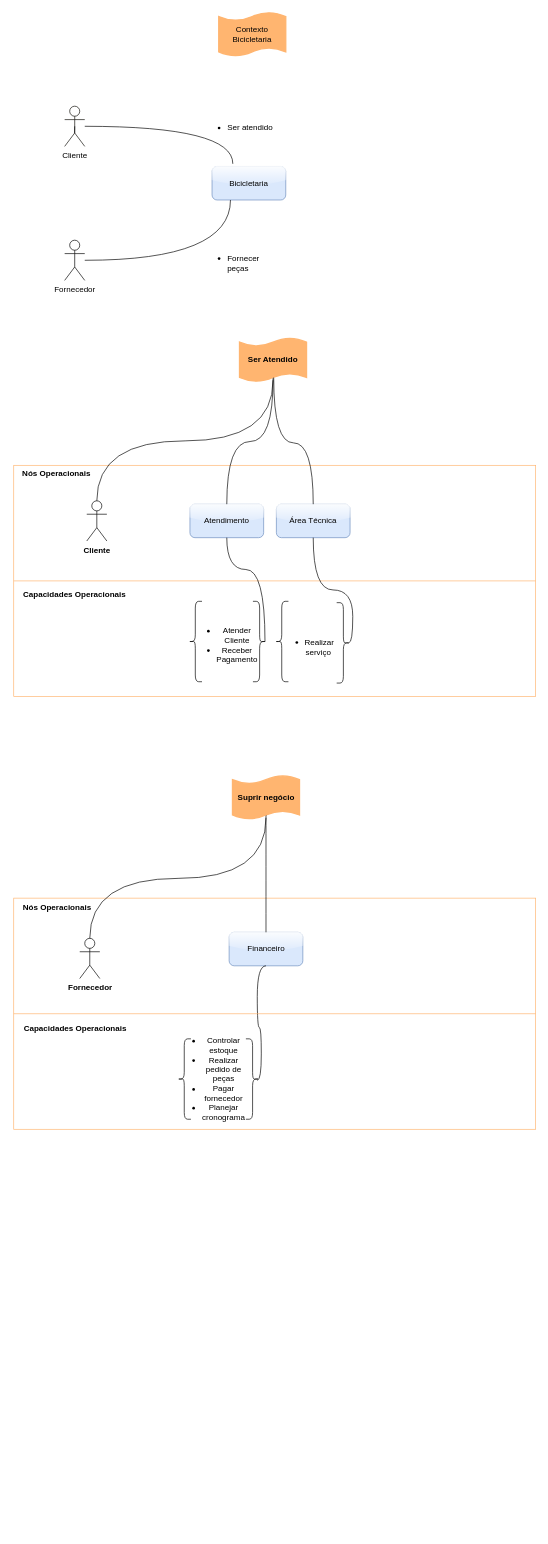
GuilhermeM06/OPE keeps this draw.io diagram as Artefatos/15. Arquitetura de Negócio para cada Cenário/15. Arquitetura de Negócio para cada Cenário.drawio. Above is the earlier version. Source tidied: cells renumbered, new cells numbered last; positions are measured from the earlier drawing's top-left corner, leaving out a move shared by most shapes. Both pictures are drawn from the tidied source at 67%, with x=0, y=0 at pixel (13, 12).
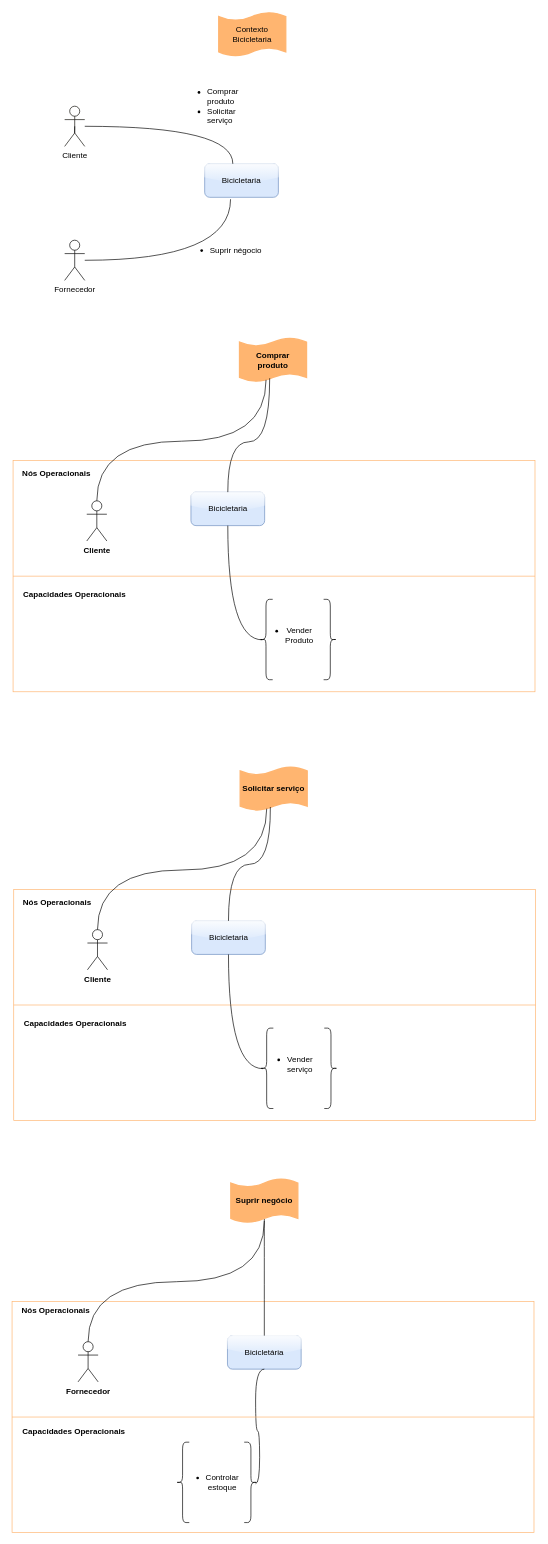
The same diagram, later.

The change refers to these unchanged cells:
```xml
<mxCell id="10" value="Fornecedor" style="shape=umlActor;verticalLabelPosition=bottom;labelBackgroundColor=#ffffff;verticalAlign=top;html=1;outlineConnect=0;fillColor=none;" parent="1" vertex="1">
  <mxGeometry x="77" y="340" width="30" height="60" as="geometry" />
</mxCell>
<mxCell id="15" value="&lt;b&gt;Cliente&lt;/b&gt;" style="shape=umlActor;verticalLabelPosition=bottom;labelBackgroundColor=#ffffff;verticalAlign=top;html=1;outlineConnect=0;strokeColor=#000000;fillColor=#FFFFFF;" parent="1" vertex="1">
  <mxGeometry x="110" y="729" width="30" height="60" as="geometry" />
</mxCell>
```

What changed in the source:
```diff
@@
     <mxCell id="2" style="rounded=0;whiteSpace=wrap;html=1;fillColor=#FFFFFF;strokeColor=#FFB570;" parent="1" vertex="1">
-      <mxGeometry x="1" y="676" width="779" height="345" as="geometry" />
+      <mxGeometry y="669" width="779" height="345" as="geometry" />
     </mxCell>
     <mxCell id="3" value="Bicicletaria" style="rounded=1;whiteSpace=wrap;html=1;fillColor=#dae8fc;strokeColor=#6c8ebf;shadow=0;comic=0;glass=1;" parent="1" vertex="1">
-      <mxGeometry x="297" y="230" width="110" height="50" as="geometry" />
+      <mxGeometry x="286" y="226" width="110" height="50" as="geometry" />
     </mxCell>
@@
-    <mxCell id="8" value="&lt;ul&gt;&lt;li&gt;Ser atendido&lt;/li&gt;&lt;/ul&gt;" style="rounded=0;whiteSpace=wrap;html=1;align=left;fillColor=none;strokeColor=none;" parent="1" vertex="1">
-      <mxGeometry x="278" y="127" width="120" height="90" as="geometry" />
+    <mxCell id="8" value="&lt;ul&gt;&lt;li&gt;Comprar produto&lt;/li&gt;&lt;li&gt;Solicitar serviço&lt;/li&gt;&lt;/ul&gt;" style="rounded=0;whiteSpace=wrap;html=1;align=left;fillColor=none;strokeColor=none;" parent="1" vertex="1">
+      <mxGeometry x="247.5" y="95" width="120" height="90" as="geometry" />
     </mxCell>
-    <mxCell id="9" style="edgeStyle=orthogonalEdgeStyle;rounded=0;jettySize=auto;html=1;entryX=0.25;entryY=1;entryDx=0;entryDy=0;curved=1;endArrow=none;endFill=0;" parent="1" edge="1" source="10" target="3">
+    <mxCell id="9" style="edgeStyle=orthogonalEdgeStyle;rounded=0;jettySize=auto;html=1;curved=1;endArrow=none;endFill=0;entryX=0.351;entryY=1.057;entryDx=0;entryDy=0;entryPerimeter=0;" parent="1" edge="1" source="10" target="3">
       <mxGeometry relative="1" as="geometry" />
     </mxCell>
@@
-    <mxCell id="11" value="&lt;ul&gt;&lt;li&gt;Fornecer peças&lt;/li&gt;&lt;/ul&gt;" style="rounded=0;whiteSpace=wrap;html=1;align=left;fillColor=none;strokeColor=none;" parent="1" vertex="1">
-      <mxGeometry x="278" y="329" width="120" height="90" as="geometry" />
+    <mxCell id="11" value="&lt;ul&gt;&lt;li&gt;Suprir négocio&lt;/li&gt;&lt;/ul&gt;" style="rounded=0;whiteSpace=wrap;html=1;align=left;fillColor=none;strokeColor=none;" parent="1" vertex="1">
+      <mxGeometry x="252" y="310" width="120" height="90" as="geometry" />
     </mxCell>
@@
-    <mxCell id="16" value="&lt;b&gt;Ser Atendido&lt;/b&gt;" style="shape=tape;whiteSpace=wrap;html=1;strokeWidth=2;size=0.19;shadow=0;glass=1;comic=0;fillColor=#FFB570;strokeColor=#FFB570;" parent="1" vertex="1">
+    <mxCell id="16" value="&lt;b&gt;Comprar produto&lt;/b&gt;" style="shape=tape;whiteSpace=wrap;html=1;strokeWidth=2;size=0.19;shadow=0;glass=1;comic=0;fillColor=#FFB570;strokeColor=#FFB570;" parent="1" vertex="1">
       <mxGeometry x="338" y="486" width="100" height="65" as="geometry" />
     </mxCell>
-    <mxCell id="17" value="Atendimento" style="rounded=1;whiteSpace=wrap;html=1;fillColor=#dae8fc;strokeColor=#6c8ebf;shadow=0;comic=0;glass=1;" parent="1" vertex="1">
-      <mxGeometry x="264" y="734" width="110" height="50" as="geometry" />
+    <mxCell id="17" value="Bicicletaria" style="rounded=1;whiteSpace=wrap;html=1;fillColor=#dae8fc;strokeColor=#6c8ebf;shadow=0;comic=0;glass=1;" parent="1" vertex="1">
+      <mxGeometry x="265.5" y="716" width="110" height="50" as="geometry" />
     </mxCell>
-    <mxCell id="18" value="Área Técnica" style="rounded=1;whiteSpace=wrap;html=1;fillColor=#dae8fc;strokeColor=#6c8ebf;shadow=0;comic=0;glass=1;" parent="1" vertex="1">
-      <mxGeometry x="393" y="734" width="110" height="50" as="geometry" />
-    </mxCell>
-    <mxCell id="19" style="endArrow=none;html=1;exitX=0.5;exitY=0;exitDx=0;exitDy=0;exitPerimeter=0;edgeStyle=orthogonalEdgeStyle;curved=1;" parent="1" edge="1" source="15">
-      <mxGeometry relative="1" as="geometry">
-        <mxPoint x="388" y="549" as="targetPoint" />
-      </mxGeometry>
+    <mxCell id="19" style="endArrow=none;html=1;exitX=0.5;exitY=0;exitDx=0;exitDy=0;exitPerimeter=0;edgeStyle=orthogonalEdgeStyle;curved=1;entryX=0.396;entryY=0.96;entryDx=0;entryDy=0;entryPerimeter=0;" parent="1" edge="1" source="15" target="16">
+      <mxGeometry relative="1" as="geometry" />
     </mxCell>
     <mxCell id="20" style="shape=curlyBracket;whiteSpace=wrap;html=1;rounded=1;" parent="1" vertex="1">
-      <mxGeometry x="262" y="879" width="20" height="120" as="geometry" />
+      <mxGeometry x="367.5" y="876" width="20" height="120" as="geometry" />
     </mxCell>
     <mxCell id="21" style="endArrow=none;html=1;exitX=0.5;exitY=0;exitDx=0;exitDy=0;edgeStyle=orthogonalEdgeStyle;curved=1;" parent="1" edge="1" source="17">
       <mxGeometry relative="1" as="geometry">
-        <mxPoint x="388" y="546" as="targetPoint" />
+        <mxPoint x="383" y="546" as="targetPoint" />
+        <Array as="points">
+          <mxPoint x="321" y="641" />
+          <mxPoint x="383" y="641" />
+        </Array>
       </mxGeometry>
     </mxCell>
-    <mxCell id="22" style="endArrow=none;html=1;entryX=0.51;entryY=0.908;entryDx=0;entryDy=0;entryPerimeter=0;exitX=0.5;exitY=0;exitDx=0;exitDy=0;edgeStyle=orthogonalEdgeStyle;curved=1;" parent="1" edge="1" source="18" target="16">
-      <mxGeometry relative="1" as="geometry" />
-    </mxCell>
     <mxCell id="23" style="shape=curlyBracket;whiteSpace=wrap;html=1;rounded=1;rotation=-180;" parent="1" vertex="1">
-      <mxGeometry x="358" y="879" width="20" height="120" as="geometry" />
+      <mxGeometry x="463.5" y="876" width="20" height="120" as="geometry" />
     </mxCell>
-    <mxCell id="24" value="&lt;ul&gt;&lt;li&gt;Atender Cliente&lt;/li&gt;&lt;li&gt;Receber Pagamento&lt;/li&gt;&lt;/ul&gt;" style="text;html=1;strokeColor=none;fillColor=none;align=center;verticalAlign=middle;whiteSpace=wrap;rounded=0;" parent="1" vertex="1">
-      <mxGeometry x="279" y="931" width="71" height="26" as="geometry" />
-    </mxCell>
-    <mxCell id="25" style="shape=curlyBracket;whiteSpace=wrap;html=1;rounded=1;rotation=-180;" parent="1" vertex="1">
-      <mxGeometry x="483" y="881" width="20" height="120" as="geometry" />
-    </mxCell>
-    <mxCell id="26" value="&lt;ul&gt;&lt;li&gt;Realizar serviço&amp;nbsp;&lt;/li&gt;&lt;/ul&gt;" style="text;html=1;strokeColor=none;fillColor=none;align=center;verticalAlign=middle;whiteSpace=wrap;rounded=0;" parent="1" vertex="1">
-      <mxGeometry x="402" y="934" width="71" height="26" as="geometry" />
-    </mxCell>
-    <mxCell id="27" style="shape=curlyBracket;whiteSpace=wrap;html=1;rounded=1;" parent="1" vertex="1">
-      <mxGeometry x="391" y="879" width="20" height="120" as="geometry" />
-    </mxCell>
-    <mxCell id="28" style="endArrow=none;html=1;entryX=0.5;entryY=1;entryDx=0;entryDy=0;exitX=0.1;exitY=0.5;exitDx=0;exitDy=0;exitPerimeter=0;edgeStyle=orthogonalEdgeStyle;curved=1;" parent="1" edge="1" source="25" target="18">
-      <mxGeometry relative="1" as="geometry">
-        <Array as="points">
-          <mxPoint x="507" y="941" />
-          <mxPoint x="507" y="862" />
-          <mxPoint x="448" y="862" />
-        </Array>
-      </mxGeometry>
-    </mxCell>
-    <mxCell id="29" style="endArrow=none;html=1;entryX=0.5;entryY=1;entryDx=0;entryDy=0;exitX=0.1;exitY=0.5;exitDx=0;exitDy=0;exitPerimeter=0;edgeStyle=orthogonalEdgeStyle;curved=1;" parent="1" edge="1" source="23" target="17">
+    <mxCell id="29" style="endArrow=none;html=1;entryX=0.5;entryY=1;entryDx=0;entryDy=0;exitX=0;exitY=0.75;exitDx=0;exitDy=0;edgeStyle=orthogonalEdgeStyle;curved=1;" parent="1" edge="1" source="43" target="17">
       <mxGeometry relative="1" as="geometry" />
     </mxCell>
     <mxCell id="30" style="rounded=0;whiteSpace=wrap;html=1;fillColor=#FFFFFF;strokeColor=#FFB570;" parent="1" vertex="1">
-      <mxGeometry x="1" y="1322" width="779" height="345" as="geometry" />
+      <mxGeometry x="-1.5" y="1924" width="779" height="345" as="geometry" />
     </mxCell>
     <mxCell id="31" value="&lt;b&gt;Fornecedor&lt;/b&gt;" style="shape=umlActor;verticalLabelPosition=bottom;labelBackgroundColor=#ffffff;verticalAlign=top;html=1;outlineConnect=0;strokeColor=#000000;fillColor=#FFFFFF;" parent="1" vertex="1">
-      <mxGeometry x="99.5" y="1382" width="30" height="60" as="geometry" />
+      <mxGeometry x="97" y="1984" width="30" height="60" as="geometry" />
     </mxCell>
-    <mxCell id="32" value="Financeiro" style="rounded=1;whiteSpace=wrap;html=1;fillColor=#dae8fc;strokeColor=#6c8ebf;shadow=0;comic=0;glass=1;" parent="1" vertex="1">
-      <mxGeometry x="322.5" y="1373" width="110" height="50" as="geometry" />
+    <mxCell id="32" value="Bicicletária" style="rounded=1;whiteSpace=wrap;html=1;fillColor=#dae8fc;strokeColor=#6c8ebf;shadow=0;comic=0;glass=1;" parent="1" vertex="1">
+      <mxGeometry x="320" y="1975" width="110" height="50" as="geometry" />
     </mxCell>
     <mxCell id="33" style="endArrow=none;html=1;exitX=0.5;exitY=0;exitDx=0;exitDy=0;exitPerimeter=0;edgeStyle=orthogonalEdgeStyle;curved=1;" parent="1" edge="1" source="31">
       <mxGeometry relative="1" as="geometry">
-        <mxPoint x="377.5" y="1202" as="targetPoint" />
+        <mxPoint x="375" y="1804" as="targetPoint" />
       </mxGeometry>
     </mxCell>
     <mxCell id="34" style="shape=curlyBracket;whiteSpace=wrap;html=1;rounded=1;" parent="1" vertex="1">
-      <mxGeometry x="245.5" y="1532" width="20" height="120" as="geometry" />
+      <mxGeometry x="243" y="2134" width="20" height="120" as="geometry" />
     </mxCell>
     <mxCell id="35" style="endArrow=none;html=1;exitX=0.5;exitY=0;exitDx=0;exitDy=0;edgeStyle=orthogonalEdgeStyle;curved=1;" parent="1" edge="1" source="32">
       <mxGeometry relative="1" as="geometry">
-        <mxPoint x="377.5" y="1199" as="targetPoint" />
+        <mxPoint x="375" y="1801" as="targetPoint" />
         <Array as="points">
-          <mxPoint x="377.5" y="1141" />
-          <mxPoint x="377.5" y="1141" />
+          <mxPoint x="375" y="1743" />
+          <mxPoint x="375" y="1743" />
         </Array>
       </mxGeometry>
     </mxCell>
     <mxCell id="36" style="shape=curlyBracket;whiteSpace=wrap;html=1;rounded=1;rotation=-180;" parent="1" vertex="1">
-      <mxGeometry x="347.5" y="1532" width="20" height="120" as="geometry" />
+      <mxGeometry x="345" y="2134" width="20" height="120" as="geometry" />
     </mxCell>
-    <mxCell id="37" value="&lt;ul&gt;&lt;li&gt;Controlar estoque&lt;/li&gt;&lt;li&gt;Realizar pedido de peças&lt;/li&gt;&lt;li&gt;Pagar fornecedor&lt;/li&gt;&lt;li&gt;Planejar cronograma&lt;/li&gt;&lt;/ul&gt;" style="text;html=1;strokeColor=none;fillColor=none;align=center;verticalAlign=middle;whiteSpace=wrap;rounded=0;" parent="1" vertex="1">
-      <mxGeometry x="259" y="1579" width="71" height="26" as="geometry" />
+    <mxCell id="37" value="&lt;ul&gt;&lt;li&gt;Controlar estoque&lt;/li&gt;&lt;/ul&gt;" style="text;html=1;strokeColor=none;fillColor=none;align=center;verticalAlign=middle;whiteSpace=wrap;rounded=0;" parent="1" vertex="1">
+      <mxGeometry x="256.5" y="2181" width="71" height="26" as="geometry" />
     </mxCell>
     <mxCell id="38" style="endArrow=none;html=1;entryX=0.5;entryY=1;entryDx=0;entryDy=0;edgeStyle=orthogonalEdgeStyle;curved=1;" parent="1" edge="1" target="32">
       <mxGeometry relative="1" as="geometry">
-        <mxPoint x="364.5" y="1594" as="sourcePoint" />
+        <mxPoint x="362" y="2196" as="sourcePoint" />
         <Array as="points">
-          <mxPoint x="370.5" y="1594" />
-          <mxPoint x="370.5" y="1515" />
-          <mxPoint x="364.5" y="1515" />
-          <mxPoint x="364.5" y="1423" />
+          <mxPoint x="368" y="2196" />
+          <mxPoint x="368" y="2117" />
+          <mxPoint x="362" y="2117" />
+          <mxPoint x="362" y="2025" />
         </Array>
       </mxGeometry>
     </mxCell>
@@
     <mxCell id="40" value="&lt;b&gt;Nós Operacionais&lt;/b&gt;" style="text;html=1;strokeColor=none;fillColor=none;align=center;verticalAlign=middle;whiteSpace=wrap;rounded=0;" parent="1" vertex="1">
-      <mxGeometry x="12" y="1315" width="108" height="42" as="geometry" />
+      <mxGeometry x="9.5" y="1917" width="108" height="42" as="geometry" />
     </mxCell>
     <mxCell id="41" value="&lt;b&gt;Capacidades Operacionais&lt;/b&gt;" style="text;html=1;strokeColor=none;fillColor=none;align=center;verticalAlign=middle;whiteSpace=wrap;rounded=0;" parent="1" vertex="1">
-      <mxGeometry x="1" y="1496" width="184" height="42" as="geometry" />
+      <mxGeometry x="-1.5" y="2098" width="184" height="42" as="geometry" />
     </mxCell>
     <mxCell id="42" value="&lt;b&gt;Suprir negócio&lt;br&gt;&lt;/b&gt;" style="shape=tape;whiteSpace=wrap;html=1;strokeWidth=2;size=0.19;shadow=0;glass=1;comic=0;fillColor=#FFB570;strokeColor=#FFB570;" parent="1" vertex="1">
-      <mxGeometry x="327.5" y="1139" width="100" height="65" as="geometry" />
+      <mxGeometry x="325" y="1741" width="100" height="65" as="geometry" />
     </mxCell>
+    <mxCell id="43" value="&lt;ul&gt;&lt;li&gt;Vender Produto&lt;/li&gt;&lt;/ul&gt;" style="text;html=1;strokeColor=none;fillColor=none;align=center;verticalAlign=middle;whiteSpace=wrap;rounded=0;" parent="1" vertex="1">
+      <mxGeometry x="372" y="917" width="71" height="26" as="geometry" />
+    </mxCell>
+    <mxCell id="44" style="rounded=0;whiteSpace=wrap;html=1;fillColor=#FFFFFF;strokeColor=#FFB570;" parent="1" vertex="1">
+      <mxGeometry x="1" y="1309" width="779" height="345" as="geometry" />
+    </mxCell>
+    <mxCell id="45" style="endArrow=none;html=1;exitX=0;exitY=0.5;exitDx=0;exitDy=0;entryX=1;entryY=0.5;entryDx=0;entryDy=0;strokeColor=#FFB570;" parent="1" edge="1" source="44" target="44">
+      <mxGeometry relative="1" as="geometry" />
+    </mxCell>
+    <mxCell id="46" value="&lt;b&gt;Nós Operacionais&lt;/b&gt;" style="text;html=1;strokeColor=none;fillColor=none;align=center;verticalAlign=middle;whiteSpace=wrap;rounded=0;" parent="1" vertex="1">
+      <mxGeometry x="12" y="1307" width="108" height="42" as="geometry" />
+    </mxCell>
+    <mxCell id="47" value="&lt;b&gt;Capacidades Operacionais&lt;/b&gt;" style="text;html=1;strokeColor=none;fillColor=none;align=center;verticalAlign=middle;whiteSpace=wrap;rounded=0;" parent="1" vertex="1">
+      <mxGeometry x="1" y="1488" width="184" height="42" as="geometry" />
+    </mxCell>
+    <mxCell id="48" value="&lt;b&gt;Cliente&lt;/b&gt;" style="shape=umlActor;verticalLabelPosition=bottom;labelBackgroundColor=#ffffff;verticalAlign=top;html=1;outlineConnect=0;strokeColor=#000000;fillColor=#FFFFFF;" parent="1" vertex="1">
+      <mxGeometry x="111" y="1369" width="30" height="60" as="geometry" />
+    </mxCell>
+    <mxCell id="49" value="&lt;b&gt;Solicitar serviço&lt;/b&gt;" style="shape=tape;whiteSpace=wrap;html=1;strokeWidth=2;size=0.19;shadow=0;glass=1;comic=0;fillColor=#FFB570;strokeColor=#FFB570;" parent="1" vertex="1">
+      <mxGeometry x="339" y="1126" width="100" height="65" as="geometry" />
+    </mxCell>
+    <mxCell id="50" value="Bicicletaria" style="rounded=1;whiteSpace=wrap;html=1;fillColor=#dae8fc;strokeColor=#6c8ebf;shadow=0;comic=0;glass=1;" parent="1" vertex="1">
+      <mxGeometry x="266.5" y="1356" width="110" height="50" as="geometry" />
+    </mxCell>
+    <mxCell id="51" style="endArrow=none;html=1;exitX=0.5;exitY=0;exitDx=0;exitDy=0;exitPerimeter=0;edgeStyle=orthogonalEdgeStyle;curved=1;entryX=0.396;entryY=0.96;entryDx=0;entryDy=0;entryPerimeter=0;" parent="1" edge="1" source="48" target="49">
+      <mxGeometry relative="1" as="geometry" />
+    </mxCell>
+    <mxCell id="52" style="shape=curlyBracket;whiteSpace=wrap;html=1;rounded=1;" parent="1" vertex="1">
+      <mxGeometry x="368.5" y="1516" width="20" height="120" as="geometry" />
+    </mxCell>
+    <mxCell id="53" style="endArrow=none;html=1;exitX=0.5;exitY=0;exitDx=0;exitDy=0;edgeStyle=orthogonalEdgeStyle;curved=1;" parent="1" edge="1" source="50">
+      <mxGeometry relative="1" as="geometry">
+        <mxPoint x="384" y="1186" as="targetPoint" />
+      </mxGeometry>
+    </mxCell>
+    <mxCell id="54" style="shape=curlyBracket;whiteSpace=wrap;html=1;rounded=1;rotation=-180;" parent="1" vertex="1">
+      <mxGeometry x="464.5" y="1516" width="20" height="120" as="geometry" />
+    </mxCell>
+    <mxCell id="55" style="endArrow=none;html=1;entryX=0.5;entryY=1;entryDx=0;entryDy=0;exitX=0;exitY=0.75;exitDx=0;exitDy=0;edgeStyle=orthogonalEdgeStyle;curved=1;" parent="1" edge="1" source="56" target="50">
+      <mxGeometry relative="1" as="geometry" />
+    </mxCell>
+    <mxCell id="56" value="&lt;ul&gt;&lt;li&gt;Vender serviço&lt;/li&gt;&lt;/ul&gt;" style="text;html=1;strokeColor=none;fillColor=none;align=center;verticalAlign=middle;whiteSpace=wrap;rounded=0;" parent="1" vertex="1">
+      <mxGeometry x="373" y="1557" width="71" height="26" as="geometry" />
+    </mxCell>
```
